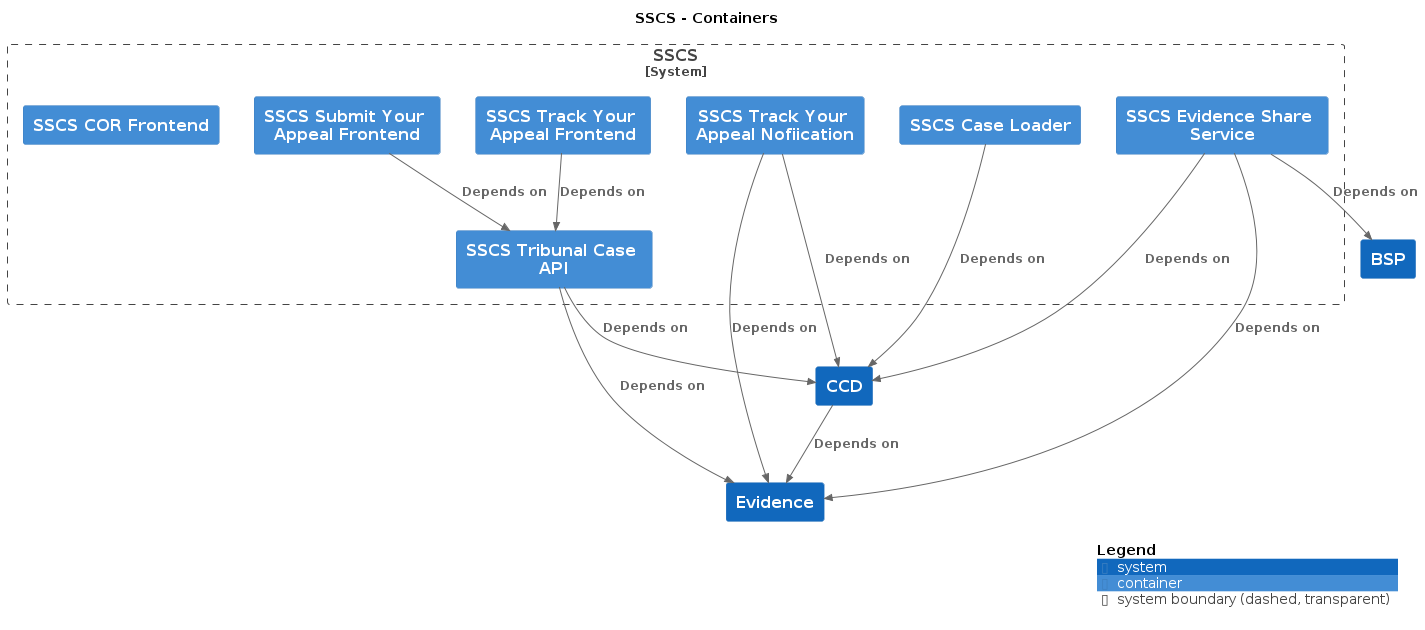
This is docs/c4/sscs/images/structurizr-sscs-overview.png from hmcts/cnp-api-docs, a PlantUML export, as it was before one commit.
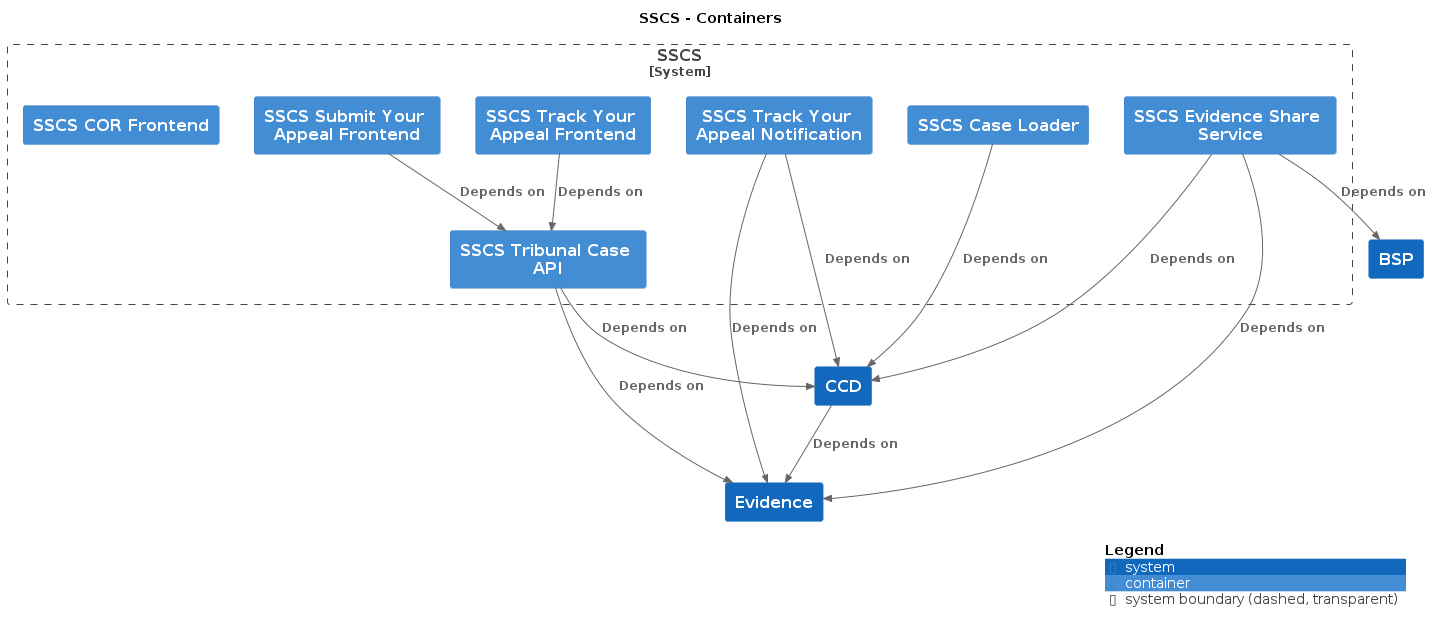
Above is the later version.

What changed in the source:
```diff
@@ -15,7 +15,7 @@
   Container(SSCS.SSCSTrackYourAppealFrontend, "SSCS Track Your Appeal Frontend", "", $tags="")
   Container(SSCS.SSCSTribunalCaseAPI, "SSCS Tribunal Case API", "", $tags="")
   Container(SSCS.SSCSCaseLoader, "SSCS Case Loader", "", $tags="")
-  Container(SSCS.SSCSTrackYourAppealNofiication, "SSCS Track Your Appeal Nofiication", "", $tags="")
+  Container(SSCS.SSCSTrackYourAppealNotification, "SSCS Track Your Appeal Notification", "", $tags="")
   Container(SSCS.SSCSSubmitYourAppealFrontend, "SSCS Submit Your Appeal Frontend", "", $tags="")
   Container(SSCS.SSCSEvidenceShareService, "SSCS Evidence Share Service", "", $tags="")
   Container(SSCS.SSCSCORFrontend, "SSCS COR Frontend", "", $tags="")
@@ -26,8 +26,8 @@
 Rel_D(SSCS.SSCSTribunalCaseAPI, CCD, "Depends on", $tags="")
 Rel_D(SSCS.SSCSTribunalCaseAPI, Evidence, "Depends on", $tags="")
 Rel_D(SSCS.SSCSCaseLoader, CCD, "Depends on", $tags="")
-Rel_D(SSCS.SSCSTrackYourAppealNofiication, CCD, "Depends on", $tags="")
-Rel_D(SSCS.SSCSTrackYourAppealNofiication, Evidence, "Depends on", $tags="")
+Rel_D(SSCS.SSCSTrackYourAppealNotification, CCD, "Depends on", $tags="")
+Rel_D(SSCS.SSCSTrackYourAppealNotification, Evidence, "Depends on", $tags="")
 Rel_D(SSCS.SSCSSubmitYourAppealFrontend, SSCS.SSCSTribunalCaseAPI, "Depends on", $tags="")
 Rel_D(SSCS.SSCSEvidenceShareService, CCD, "Depends on", $tags="")
 Rel_D(SSCS.SSCSEvidenceShareService, Evidence, "Depends on", $tags="")
```
